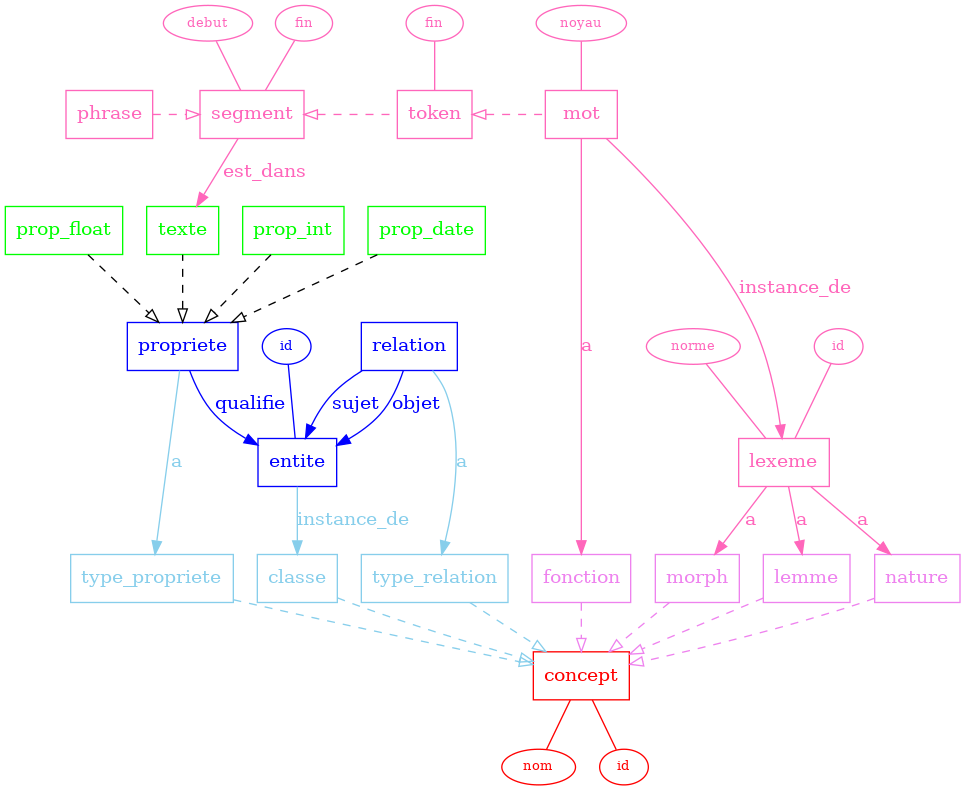
Before: diagram/diagram.dot.png, a diagram exported from Graphviz (thjbdvlt/litteralement). Its source is kept beside it as diagram/diagram.dot.
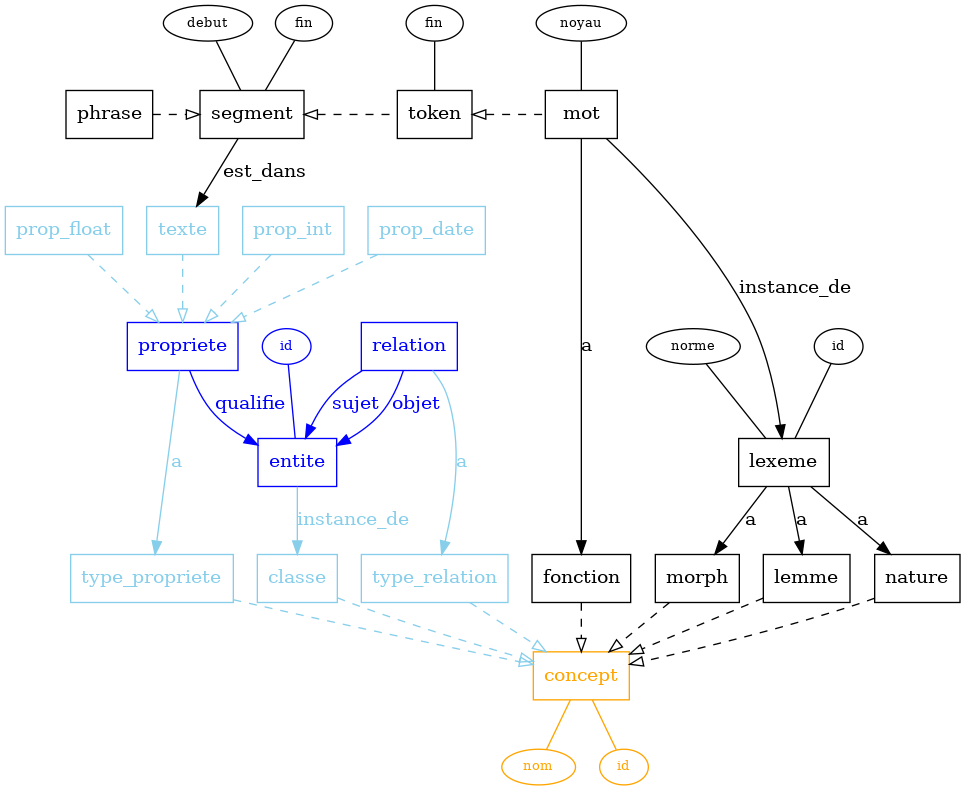
Later version of the same file.

Commit message:
avancé diagramme, completé readme eav-générique

What changed in the source:
```diff
@@ -3,88 +3,88 @@
     {rank=same; segment;token; phrase; mot}
     {rank=same; texte; prop_int; prop_date; prop_float}
 
-    concept [color=red fontcolor=red shape=box]
+    concept [color=orange fontcolor=orange shape=box]
     type_propriete [shape=box color=skyblue fontcolor=skyblue]
     type_relation [shape=box color=skyblue fontcolor=skyblue]
     classe [shape=box color=skyblue fontcolor=skyblue]
 
-    fonction [shape=box color=violet fontcolor=violet]
-    nature [shape=box color=violet fontcolor=violet]
-    morph [shape=box color=violet fontcolor=violet]
-    lemme [shape=box color=violet fontcolor=violet]
+    fonction [shape=box color=black fontcolor=black]
+    nature [shape=box color=black fontcolor=black]
+    morph [shape=box color=black fontcolor=black]
+    lemme [shape=box color=black fontcolor=black]
 
     entite [shape=box color=blue fontcolor=blue]
     propriete [shape=box color=blue fontcolor=blue]
     relation [shape=box color=blue fontcolor=blue]
 
-    token [shape=box color="#ff66bb" fontcolor="#ff66bb"]
-    mot [shape=box color="#ff66bb" fontcolor="#ff66bb"]
-    segment [shape=box color="#ff66bb" fontcolor="#ff66bb"]
-    phrase [shape=box color="#ff66bb" fontcolor="#ff66bb"]
+    token [shape=box color=black fontcolor=black]
+    mot [shape=box color=black fontcolor=black]
+    segment [shape=box color=black fontcolor=black]
+    phrase [shape=box color=black fontcolor=black]
 
-    texte [shape=box color=green fontcolor=green]
-    prop_int [shape=box color=green fontcolor=green]
-    prop_float [shape=box color=green fontcolor=green]
-    prop_date [shape=box color=green fontcolor=green]
+    texte [shape=box color=skyblue fontcolor=skyblue]
+    prop_int [shape=box color=skyblue fontcolor=skyblue]
+    prop_float [shape=box color=skyblue fontcolor=skyblue]
+    prop_date [shape=box color=skyblue fontcolor=skyblue]
 
-    lexeme [shape=box color="#ff66bb" fontcolor="#ff66bb"]
+    lexeme [shape=box color=black fontcolor=black]
 
 
     type_relation -> concept [style=dashed arrowhead=empty color=skyblue]
     type_propriete -> concept [style=dashed arrowhead=empty color=skyblue]
     classe -> concept [style=dashed arrowhead=empty color=skyblue]
 
-    nature -> concept [style=dashed arrowhead=empty color=violet]
-    fonction -> concept [style=dashed arrowhead=empty color=violet]
-    morph -> concept [style=dashed arrowhead=empty color=violet]
-    lemme -> concept [style=dashed arrowhead=empty color=violet]
+    nature -> concept [style=dashed arrowhead=empty color=black]
+    fonction -> concept [style=dashed arrowhead=empty color=black]
+    morph -> concept [style=dashed arrowhead=empty color=black]
+    lemme -> concept [style=dashed arrowhead=empty color=black]
 
     relation -> entite [label=sujet color=blue fontcolor=blue]
     relation -> entite [label=objet color=blue fontcolor=blue]
     propriete -> entite [label=qualifie color=blue fontcolor=blue]
-    propriete -> texte [style=dashed dir=back arrowtail=empty]
+    propriete -> texte [style=dashed dir=back arrowtail=empty color=skyblue]
     entite -> classe [label=instance_de color=skyblue fontcolor=skyblue]
     relation -> type_relation [label=a color=skyblue fontcolor=skyblue]
     propriete -> type_propriete [label=a color=skyblue fontcolor=skyblue]
 
-    segment -> texte [label=est_dans color="#ff66bb" fontcolor="#ff66bb"]
+    segment -> texte [label=est_dans color=black fontcolor=black]
 
-    phrase -> segment [style=dashed arrowhead=empty color="#ff66bb"]
-    segment -> token [style=dashed dir=back arrowtail=empty color="#ff66bb"]
-    token -> mot [style=dashed dir=back arrowtail=empty color="#ff66bb"]
+    phrase -> segment [style=dashed arrowhead=empty color=black]
+    segment -> token [style=dashed dir=back arrowtail=empty color=black]
+    token -> mot [style=dashed dir=back arrowtail=empty color=black]
 
-    mot -> fonction [label=a color="#ff66bb" fontcolor="#ff66bb"]
-    lexeme -> nature [label=a color="#ff66bb" fontcolor="#ff66bb"]
-    lexeme -> morph [label=a color="#ff66bb" fontcolor="#ff66bb"]
-    lexeme -> lemme [label=a color="#ff66bb" fontcolor="#ff66bb"]
-    mot -> lexeme [label=instance_de color="#ff66bb" fontcolor="#ff66bb"]
+    mot -> fonction [label=a color=black fontcolor=black]
+    lexeme -> nature [label=a color=black fontcolor=black]
+    lexeme -> morph [label=a color=black fontcolor=black]
+    lexeme -> lemme [label=a color=black fontcolor=black]
+    mot -> lexeme [label=instance_de color=black fontcolor=black]
 
-    prop_int -> propriete [style=dashed arrowhead=empty]
-    prop_float -> propriete [style=dashed arrowhead=empty]
-    prop_date -> propriete [style=dashed arrowhead=empty]
+    prop_int -> propriete [style=dashed arrowhead=empty color=skyblue]
+    prop_float -> propriete [style=dashed arrowhead=empty color=skyblue]
+    prop_date -> propriete [style=dashed arrowhead=empty color=skyblue]
 
-    concept_nom [label=nom fontsize=10 width=0.2 height=0.2 color=red fontcolor=red]
-    concept_id [label=id fontsize=10 width=0.2 height=0.2 color=red fontcolor=red]
+    concept_nom [label=nom fontsize=10 width=0.2 height=0.2 color=orange fontcolor=orange]
+    concept_id [label=id fontsize=10 width=0.2 height=0.2 color=orange fontcolor=orange]
 
     entite_id [label=id fontsize=10 width=0.2 height=0.2 color=blue fontcolor=blue]
 
-    segment_debut [label=debut fontsize=10 width=0.2 height=0.2 color="#ff66bb" fontcolor="#ff66bb"]
-    segment_fin [label=fin fontsize=10 width=0.2 height=0.2 color="#ff66bb" fontcolor="#ff66bb"]
-    token_num [label=fin fontsize=10 width=0.2 height=0.2 color="#ff66bb" fontcolor="#ff66bb"]
-    mot_noyau [label=noyau fontsize=10 width=0.2 height=0.2 color="#ff66bb" fontcolor="#ff66bb"]
-    lexeme_id [label=id fontsize=10 width=0.2 height=0.2 color="#ff66bb" fontcolor="#ff66bb"]
-    lexeme_norme [label=norme fontsize=10 width=0.2 height=0.2 color="#ff66bb" fontcolor="#ff66bb"]
+    segment_debut [label=debut fontsize=10 width=0.2 height=0.2 color=black fontcolor=black]
+    segment_fin [label=fin fontsize=10 width=0.2 height=0.2 color=black fontcolor=black]
+    token_num [label=fin fontsize=10 width=0.2 height=0.2 color=black fontcolor=black]
+    mot_noyau [label=noyau fontsize=10 width=0.2 height=0.2 color=black fontcolor=black]
+    lexeme_id [label=id fontsize=10 width=0.2 height=0.2 color=black fontcolor=black]
+    lexeme_norme [label=norme fontsize=10 width=0.2 height=0.2 color=black fontcolor=black]
 
-    concept -> concept_nom [dir=none color=red]
-    concept -> concept_id [dir=none color=red]
+    concept -> concept_nom [dir=none color=orange]
+    concept -> concept_id [dir=none color=orange]
 
     entite_id -> entite [dir=none color=blue]
 
-    segment_fin -> segment [dir=none color="#ff66bb"]
-    segment_debut -> segment [dir=none color="#ff66bb"]
-    token_num -> token [dir=none color="#ff66bb"]
-    mot_noyau -> mot [dir=none color="#ff66bb"]
-    lexeme_id -> lexeme [dir=none color="#ff66bb"]
-    lexeme_norme -> lexeme [dir=none color="#ff66bb"]
+    segment_fin -> segment [dir=none color=black]
+    segment_debut -> segment [dir=none color=black]
+    token_num -> token [dir=none color=black]
+    mot_noyau -> mot [dir=none color=black]
+    lexeme_id -> lexeme [dir=none color=black]
+    lexeme_norme -> lexeme [dir=none color=black]
 
 }
```
